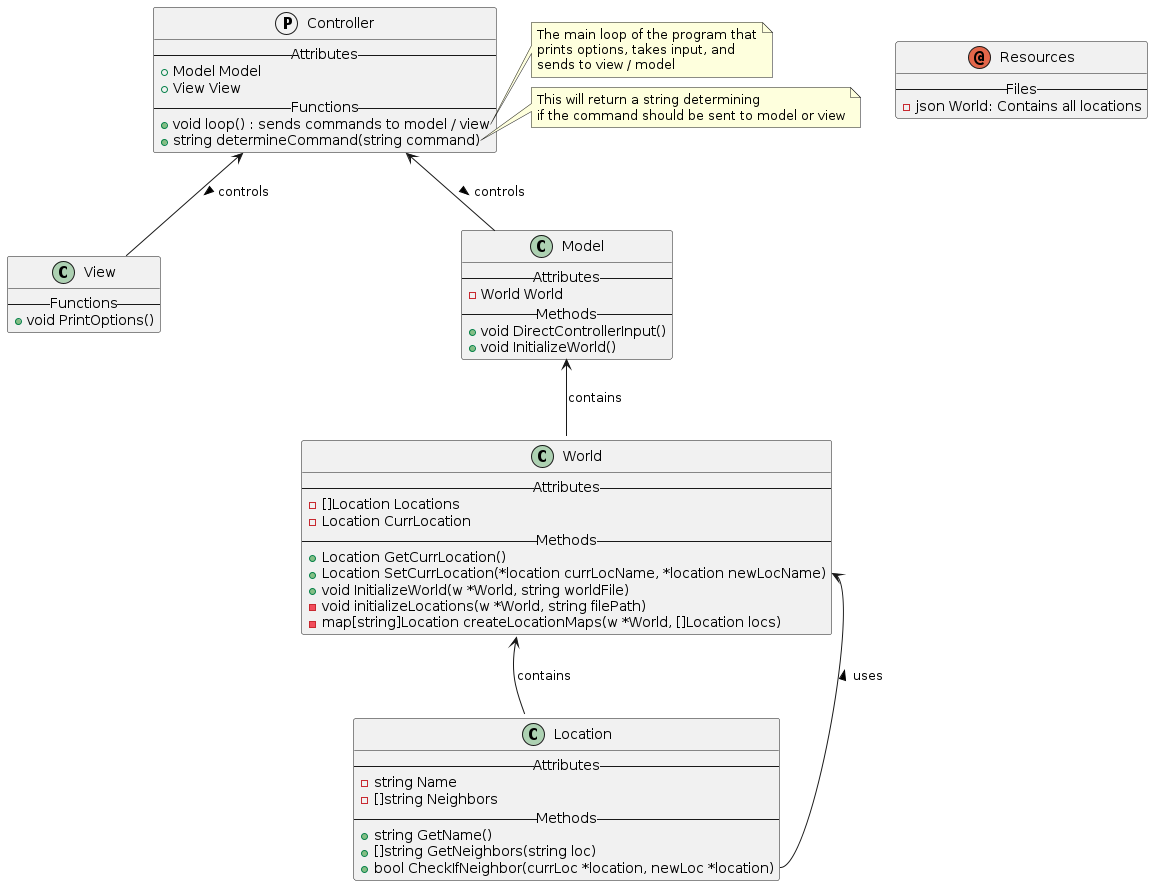
Charlemagne44/GoAdventure keeps this PlantUML diagram as class_diagram.png. Above is the earlier version.
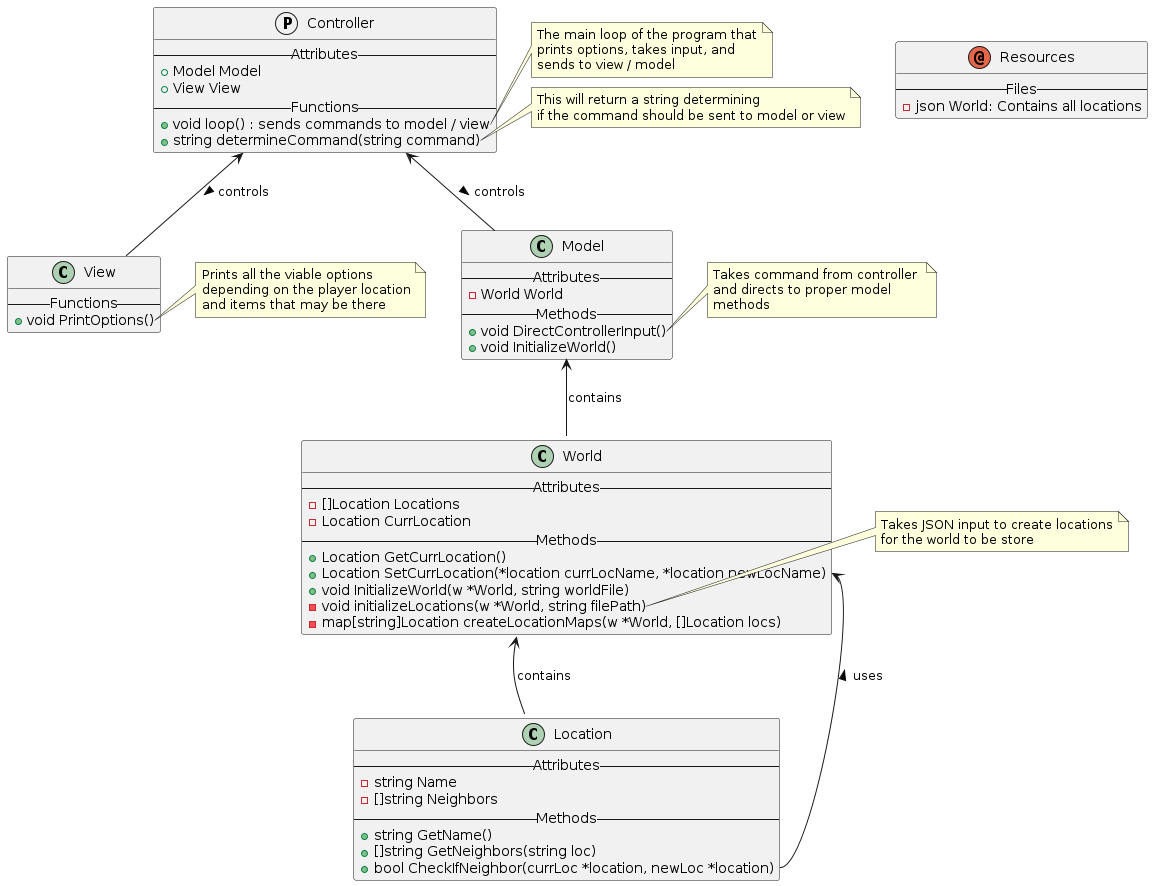
Later version of the same file.

Diff of the diagram source:
```diff
@@ -21,7 +21,7 @@
     --Functions--
     + void PrintOptions()
 }
-note right of View::printOptions
+note right of View::PrintOptions
     Prints all the viable options
     depending on the player location
     and items that may be there
@@ -34,7 +34,7 @@
     + void DirectControllerInput()
     + void InitializeWorld()
 }
-note right of Model::directControllerInput
+note right of Model::DirectControllerInput
     Takes command from controller
     and directs to proper model
     methods
@@ -51,9 +51,9 @@
     - void initializeLocations(w *World, string filePath)
     - map[string]Location createLocationMaps(w *World, []Location locs)
 }
-note right of World::createLocations
+note right of World::initializeLocations
     Takes JSON input to create locations
-    for the worlds to be used
+    for the world to be store
 end note
 
 class Location {
```
